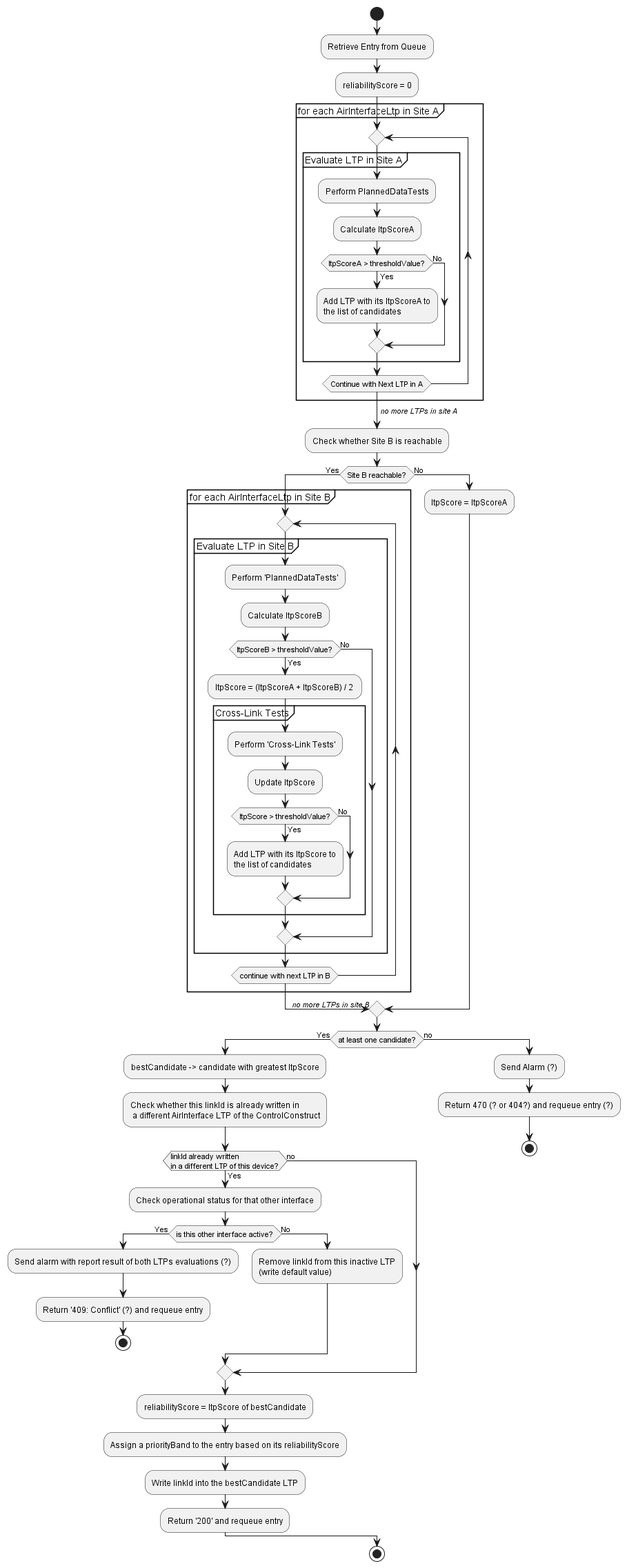
Above: spec/rawMaterials/Processing of HQ entries.png in openBackhaul/LinkIdIntoLtpWriter (PlantUML), before the change.
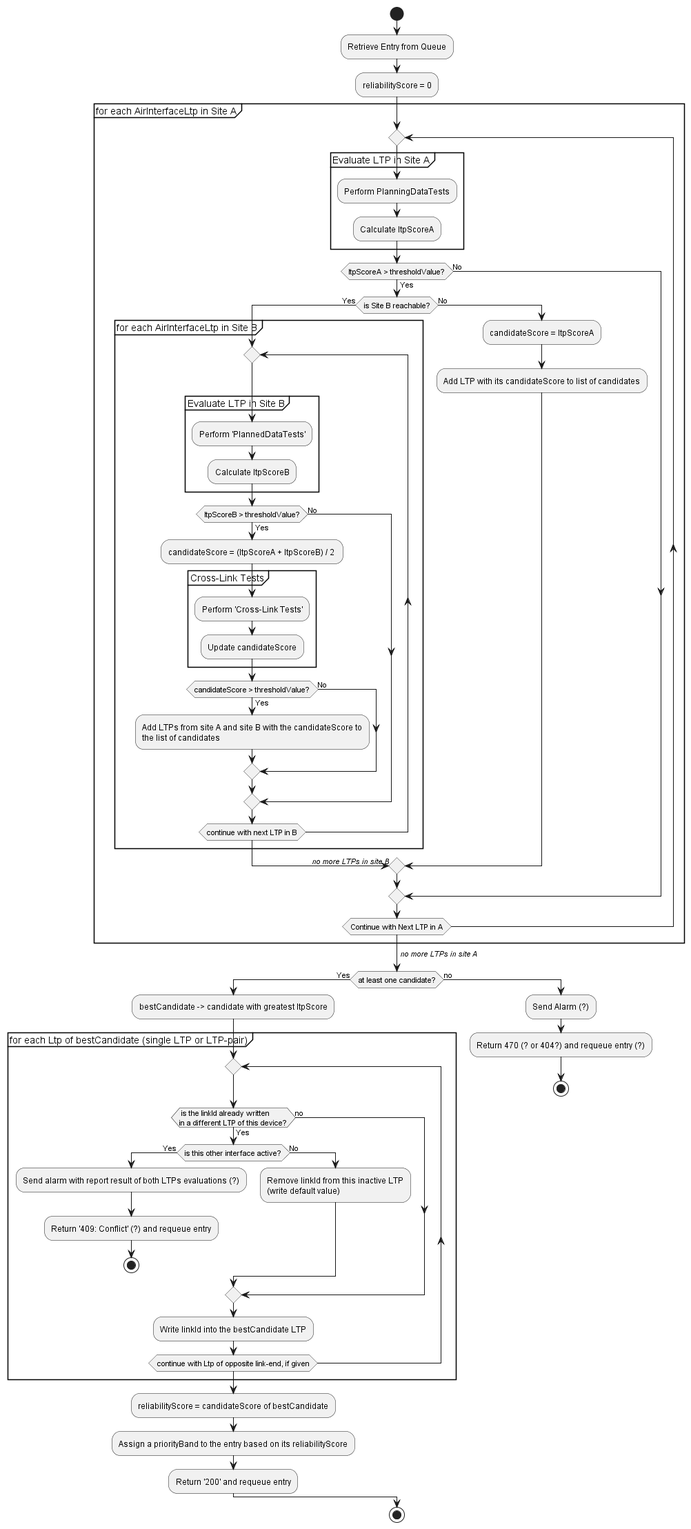
After the commit.

Commit message:
Add raw materials

Diff of the diagram source:
```diff
@@ -5,89 +5,83 @@
 :reliabilityScore = 0;
 group for each AirInterfaceLtp in Site A
 
-repeat
+    repeat
 
-    group Evaluate LTP in Site A
-        :Perform PlannedDataTests;
-        :Calculate ltpScoreA;
+        group Evaluate LTP in Site A
+            :Perform PlanningDataTests;
+            :Calculate ltpScoreA;
+        end group
+            if (ltpScoreA > thresholdValue?) then (Yes)
 
-        if (ltpScoreA > thresholdValue?) then (Yes)
-            :Add LTP with its ltpScoreA to\nthe list of candidates;
+                if (is Site B reachable?) then (Yes)
 
-        else (No)
-        endif
+                    group for each AirInterfaceLtp in Site B
 
-    end group
+                        repeat
+                            group Evaluate LTP in Site B
+                                :Perform 'PlannedDataTests';
+                                :Calculate ltpScoreB;
+                            end group
+                                if (ltpScoreB > thresholdValue?) then (Yes)
+                                    :candidateScore = (ltpScoreA + ltpScoreB) / 2 ;
+                                    group Cross-Link Tests
+                                        :Perform 'Cross-Link Tests';
+                                        :Update candidateScore;
+                                    end group
 
+                                    if(candidateScore > thresholdValue?) then (Yes)
+                                        :Add LTPs from site A and site B with the candidateScore to\nthe list of candidates;
+                                    else (No)
+                                    endif
+
+                                else (No)
+
+                                endif
+
+                        repeat while (continue with next LTP in B)
+                        -> //no more LTPs in site B//;
+
+                    end group
+
+                else (No)
+                    :candidateScore = ltpScoreA;
+                    :Add LTP with its candidateScore to list of candidates;
+                endif
+
+            else (No)
+            endif
 
 
     repeat while (Continue with Next LTP in A)
     -> //no more LTPs in site A//;
-    end group
+end group
 
 
-    :Check whether Site B is reachable;
-
-    if (Site B reachable?) then (Yes)
-
-        group for each AirInterfaceLtp in Site B
-
-            repeat
-                group Evaluate LTP in Site B
-                    :Perform 'PlannedDataTests';
-                    :Calculate ltpScoreB;
-
-                    if (ltpScoreB > thresholdValue?) then (Yes)
-                        :ltpScore = (ltpScoreA + ltpScoreB) / 2 ;
-                        group Cross-Link Tests
-                            :Perform 'Cross-Link Tests';
-                            :Update ltpScore;
-                            if(ltpScore > thresholdValue?) then (Yes)
-                                :Add LTP with its ltpScore to\nthe list of candidates;
-                            else (No)
-                            endif
-                        end group
-
-
-
-                    else (No)
-
-                    endif
-
-                end group
-
-            repeat while (continue with next LTP in B)
-            -> //no more LTPs in site B//;
-
-         end group
-
-
-
-    else (No)
-    :ltpScore = ltpScoreA;
-    endif
 
 
 if (at least one candidate?) then (Yes)
     :bestCandidate -> candidate with greatest ltpScore;
-    :Check whether this linkId is already written in\n a different AirInterface LTP of the ControlConstruct;
+    group for each Ltp of bestCandidate (single LTP or LTP-pair)
+        repeat
+            if( is the linkId already written \nin a different LTP of this device?) then (Yes)
+                if(is this other interface active?) then (Yes)
+                    :Send alarm with report result of both LTPs evaluations (?);
+                    :Return '409: Conflict' (?) and requeue entry;
+                    stop
+                else (No)
+                    :Remove linkId from this inactive LTP\n(write default value);
+                endif
 
-    if(linkId already written \nin a different LTP of this device?) then (Yes)
-        :Check operational status for that other interface;
-        if(is this other interface active?) then (Yes)
-        :Send alarm with report result of both LTPs evaluations (?);
-        :Return '409: Conflict' (?) and requeue entry;
-        stop
+            else(no)
+            endif
 
-        else (No)
-        :Remove linkId from this inactive LTP\n(write default value);
-        endif
+            :Write linkId into the bestCandidate LTP;
 
-     else(no)
-    endif
-    :reliabilityScore = ltpScore of bestCandidate;
+        repeat while (continue with Ltp of opposite link-end, if given)
+    end group
+
+    :reliabilityScore = candidateScore of bestCandidate;
     :Assign a priorityBand to the entry based on its reliabilityScore;
-    :Write linkId into the bestCandidate LTP;
     :Return '200' and requeue entry;
 
 
```
